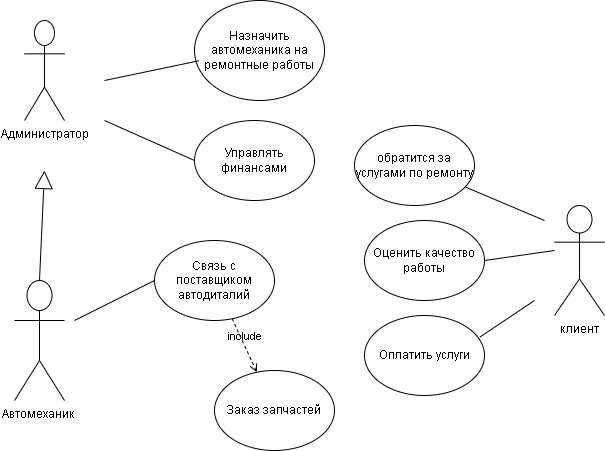
Before: Диаграмма без названия.drawio.png, a diagram exported from draw.io (Kerckk/auto_repair). Source tidied: cells renumbered, new cells last; positions are measured from the earlier drawing's top-left corner, leaving out a move shared by most shapes.
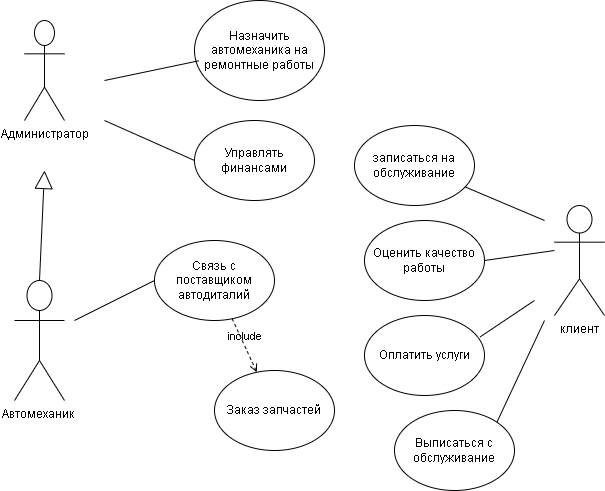
The same file after the commit.

The edit, as a diff of the source:
```diff
@@ -46,7 +46,7 @@
         <mxPoint x="30" y="170" as="targetPoint" />
       </mxGeometry>
     </mxCell>
-    <mxCell id="14" value="обратится за услугами по ремонту" style="ellipse;whiteSpace=wrap;html=1;" parent="1" vertex="1">
+    <mxCell id="14" value="записаться на обслуживание" style="ellipse;whiteSpace=wrap;html=1;" parent="1" vertex="1">
       <mxGeometry x="340" y="125" width="120" height="80" as="geometry" />
     </mxCell>
     <mxCell id="15" style="endArrow=none;html=1;rounded=0;" parent="1" edge="1" source="14">
@@ -70,5 +70,13 @@
         <mxPoint x="520" y="300" as="targetPoint" />
       </mxGeometry>
     </mxCell>
+    <mxCell id="20" value="Выписаться с обслуживание" style="ellipse;whiteSpace=wrap;html=1;" parent="1" vertex="1">
+      <mxGeometry x="380" y="410" width="120" height="80" as="geometry" />
+    </mxCell>
+    <mxCell id="21" style="endArrow=none;html=1;rounded=0;exitX=1;exitY=0;exitDx=0;exitDy=0;" parent="1" edge="1" source="20">
+      <mxGeometry relative="1" as="geometry">
+        <mxPoint x="530" y="320" as="targetPoint" />
+      </mxGeometry>
+    </mxCell>
   </root>
 </mxGraphModel>
```
